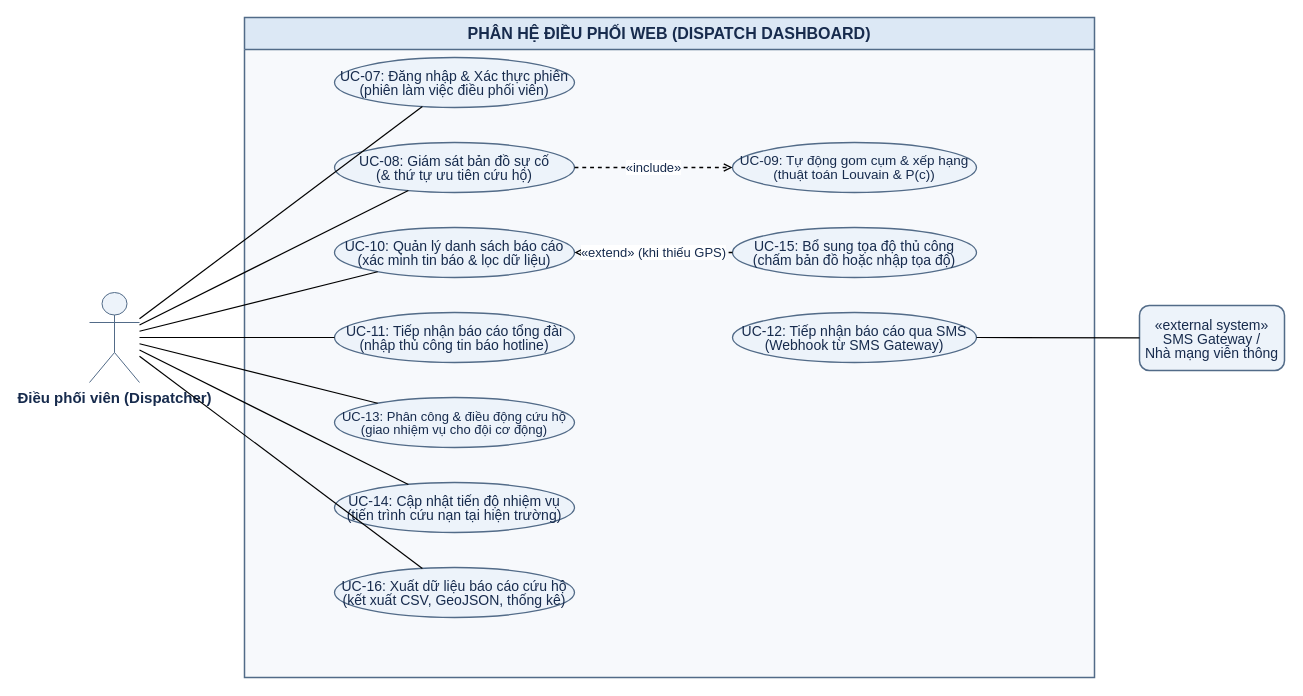
This is report/assets/diagrams/usecase_dashboard.drawio from ngthtrong/nckh2, a draw.io file, before an edit. Source tidied: cells renumbered, new cells numbered last; positions are measured from the earlier drawing's top-left corner, leaving out a move shared by most shapes. Both pictures are drawn from the tidied source at 100%, with x=0, y=0 at pixel (89, 17).
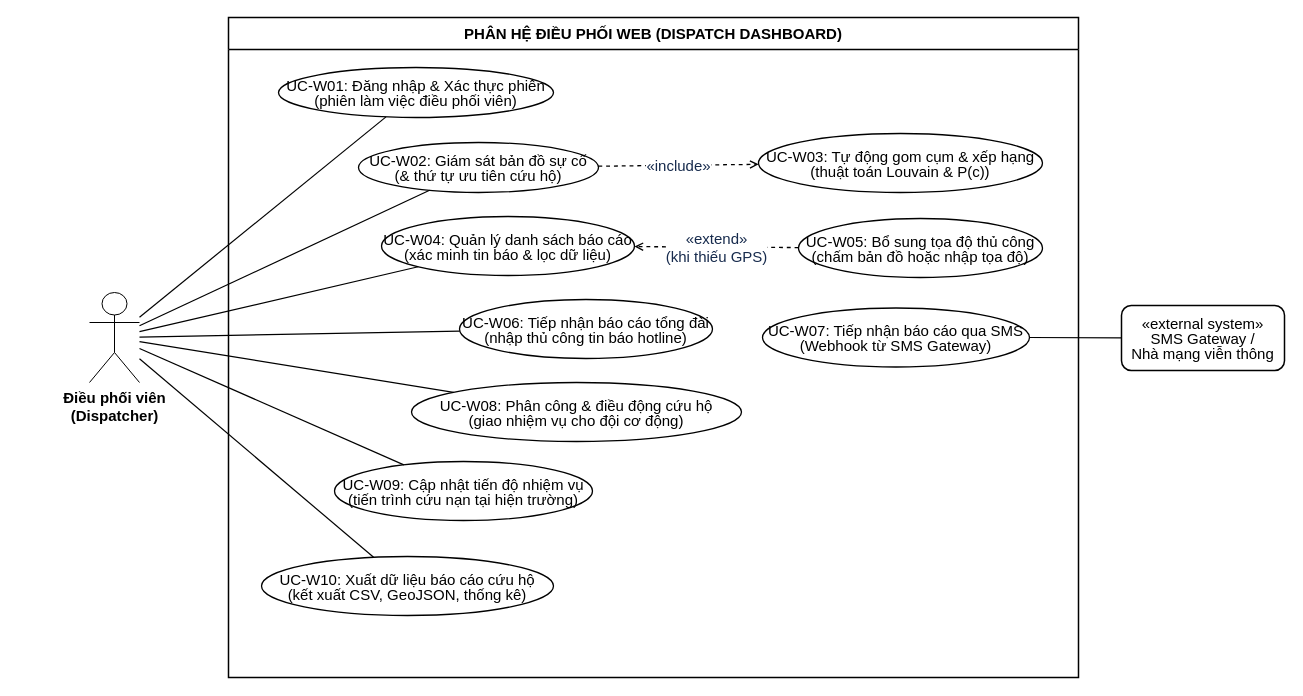
The same page after the edit.

What changed in the source:
```diff
@@
-    <mxCell id="2" value="PHÂN HỆ ĐIỀU PHỐI WEB (DISPATCH DASHBOARD)" style="shape=swimlane;whiteSpace=wrap;html=1;startSize=32;horizontal=1;fillColor=#DCE8F5;strokeColor=#526B88;strokeWidth=1.5;fontStyle=1;fontSize=16;fontFamily=Helvetica;fontColor=#172B4D;swimlaneFillColor=#F7F9FC;" parent="1" vertex="1">
-      <mxGeometry x="155" width="850" height="660" as="geometry" />
+    <mxCell id="2" value="PHÂN HỆ ĐIỀU PHỐI WEB (DISPATCH DASHBOARD)" style="shape=swimlane;whiteSpace=wrap;html=1;startSize=32;horizontal=1;strokeWidth=1.5;fontStyle=1;fontSize=15;fontFamily=Helvetica;swimlaneFillColor=light-dark(#ffffff, #15171a);" parent="1" vertex="1">
+      <mxGeometry x="139" width="850" height="660" as="geometry" />
     </mxCell>
-    <mxCell id="3" value="&lt;div style=&quot;line-height:1;&quot;&gt;UC-07: Đăng nhập &amp; Xác thực phiên&amp;#xa;(phiên làm việc điều phối viên)&lt;/div&gt;" style="ellipse;whiteSpace=wrap;html=1;fillColor=#EDF3FA;strokeColor=#526B88;strokeWidth=1.3;fontFamily=Helvetica;fontSize=14;fontColor=#172B4D;" parent="2" vertex="1">
-      <mxGeometry x="90" y="40" width="240" height="50" as="geometry" />
+    <mxCell id="3" value="&lt;div style=&quot;line-height:1;&quot;&gt;UC-W01: Đăng nhập &amp;amp; Xác thực phiên&lt;br&gt;(phiên làm việc điều phối viên)&lt;/div&gt;" style="ellipse;whiteSpace=wrap;html=1;strokeWidth=1.3;fontFamily=Helvetica;fontSize=15;" parent="2" vertex="1">
+      <mxGeometry x="50" y="50" width="275" height="50" as="geometry" />
     </mxCell>
-    <mxCell id="4" value="&lt;div style=&quot;line-height:1;&quot;&gt;UC-08: Giám sát bản đồ sự cố&amp;#xa;(&amp; thứ tự ưu tiên cứu hộ)&lt;/div&gt;" style="ellipse;whiteSpace=wrap;html=1;fillColor=#EDF3FA;strokeColor=#526B88;strokeWidth=1.3;fontFamily=Helvetica;fontSize=14;fontColor=#172B4D;" parent="2" vertex="1">
-      <mxGeometry x="90" y="125" width="240" height="50" as="geometry" />
+    <mxCell id="4" value="&lt;div style=&quot;line-height:1;&quot;&gt;UC-W02: Giám sát bản đồ sự cố&lt;br&gt;(&amp;amp; thứ tự ưu tiên cứu hộ)&lt;/div&gt;" style="ellipse;whiteSpace=wrap;html=1;strokeWidth=1.3;fontFamily=Helvetica;fontSize=15;" parent="2" vertex="1">
+      <mxGeometry x="130" y="125" width="240" height="50" as="geometry" />
     </mxCell>
-    <mxCell id="5" value="&lt;div style=&quot;line-height:1;&quot;&gt;UC-10: Quản lý danh sách báo cáo&amp;#xa;(xác minh tin báo &amp; lọc dữ liệu)&lt;/div&gt;" style="ellipse;whiteSpace=wrap;html=1;fillColor=#EDF3FA;strokeColor=#526B88;strokeWidth=1.3;fontFamily=Helvetica;fontSize=14;fontColor=#172B4D;" parent="2" vertex="1">
-      <mxGeometry x="90" y="210" width="240" height="50" as="geometry" />
+    <mxCell id="5" value="&lt;div style=&quot;line-height:1;&quot;&gt;UC-W04: Quản lý danh sách báo cáo&lt;br&gt;(xác minh tin báo &amp;amp; lọc dữ liệu)&lt;/div&gt;" style="ellipse;whiteSpace=wrap;html=1;strokeWidth=1.3;fontFamily=Helvetica;fontSize=15;" parent="2" vertex="1">
+      <mxGeometry x="153" y="199" width="253" height="59" as="geometry" />
     </mxCell>
-    <mxCell id="6" value="&lt;div style=&quot;line-height:1;&quot;&gt;UC-11: Tiếp nhận báo cáo tổng đài&amp;#xa;(nhập thủ công tin báo hotline)&lt;/div&gt;" style="ellipse;whiteSpace=wrap;html=1;fillColor=#EDF3FA;strokeColor=#526B88;strokeWidth=1.3;fontFamily=Helvetica;fontSize=14;fontColor=#172B4D;" parent="2" vertex="1">
-      <mxGeometry x="90" y="295" width="240" height="50" as="geometry" />
+    <mxCell id="6" value="&lt;div style=&quot;line-height:1;&quot;&gt;UC-W06: Tiếp nhận báo cáo tổng đài&lt;br&gt;(nhập thủ công tin báo hotline)&lt;/div&gt;" style="ellipse;whiteSpace=wrap;html=1;strokeWidth=1.3;fontFamily=Helvetica;fontSize=15;" parent="2" vertex="1">
+      <mxGeometry x="231" y="282" width="253" height="59" as="geometry" />
     </mxCell>
-    <mxCell id="7" value="&lt;div style=&quot;line-height:1;&quot;&gt;UC-13: Phân công &amp; điều động cứu hộ&amp;#xa;(giao nhiệm vụ cho đội cơ động)&lt;/div&gt;" style="ellipse;whiteSpace=wrap;html=1;fillColor=#EDF3FA;strokeColor=#526B88;strokeWidth=1.3;fontFamily=Helvetica;fontSize=13;fontColor=#172B4D;" parent="2" vertex="1">
-      <mxGeometry x="90" y="380" width="240" height="50" as="geometry" />
+    <mxCell id="7" value="&lt;div style=&quot;line-height:1;&quot;&gt;UC-W08: Phân công &amp;amp; điều động cứu hộ&lt;br&gt;(giao nhiệm vụ cho đội cơ động)&lt;/div&gt;" style="ellipse;whiteSpace=wrap;html=1;strokeWidth=1.3;fontFamily=Helvetica;fontSize=15;" parent="2" vertex="1">
+      <mxGeometry x="183" y="365" width="330" height="59" as="geometry" />
     </mxCell>
-    <mxCell id="8" value="&lt;div style=&quot;line-height:1;&quot;&gt;UC-14: Cập nhật tiến độ nhiệm vụ&amp;#xa;(tiến trình cứu nạn tại hiện trường)&lt;/div&gt;" style="ellipse;whiteSpace=wrap;html=1;fillColor=#EDF3FA;strokeColor=#526B88;strokeWidth=1.3;fontFamily=Helvetica;fontSize=14;fontColor=#172B4D;" parent="2" vertex="1">
-      <mxGeometry x="90" y="465" width="240" height="50" as="geometry" />
+    <mxCell id="8" value="&lt;div style=&quot;line-height:1;&quot;&gt;UC-W09: Cập nhật tiến độ nhiệm vụ&lt;br&gt;(tiến trình cứu nạn tại hiện trường)&lt;/div&gt;" style="ellipse;whiteSpace=wrap;html=1;strokeWidth=1.3;fontFamily=Helvetica;fontSize=15;" parent="2" vertex="1">
+      <mxGeometry x="106" y="444" width="258" height="59" as="geometry" />
     </mxCell>
-    <mxCell id="9" value="&lt;div style=&quot;line-height:1;&quot;&gt;UC-16: Xuất dữ liệu báo cáo cứu hộ&amp;#xa;(kết xuất CSV, GeoJSON, thống kê)&lt;/div&gt;" style="ellipse;whiteSpace=wrap;html=1;fillColor=#EDF3FA;strokeColor=#526B88;strokeWidth=1.3;fontFamily=Helvetica;fontSize=14;fontColor=#172B4D;" parent="2" vertex="1">
-      <mxGeometry x="90" y="550" width="240" height="50" as="geometry" />
+    <mxCell id="9" value="&lt;div style=&quot;line-height:1;&quot;&gt;UC-W10: Xuất dữ liệu báo cáo cứu hộ&lt;br&gt;(kết xuất CSV, GeoJSON, thống kê)&lt;/div&gt;" style="ellipse;whiteSpace=wrap;html=1;strokeWidth=1.3;fontFamily=Helvetica;fontSize=15;" parent="2" vertex="1">
+      <mxGeometry x="33" y="539" width="292" height="59" as="geometry" />
     </mxCell>
-    <mxCell id="10" value="&lt;div style=&quot;line-height:1;&quot;&gt;UC-09: Tự động gom cụm &amp; xếp hạng&amp;#xa;(thuật toán Louvain &amp; P(c))&lt;/div&gt;" style="ellipse;whiteSpace=wrap;html=1;fillColor=#EDF3FA;strokeColor=#526B88;strokeWidth=1.3;fontFamily=Helvetica;fontSize=13.5;fontColor=#172B4D;" parent="2" vertex="1">
-      <mxGeometry x="488" y="125" width="244" height="50" as="geometry" />
+    <mxCell id="10" value="&lt;div style=&quot;line-height:1;&quot;&gt;UC-W03: Tự động gom cụm &amp;amp; xếp hạng&lt;br&gt;(thuật toán Louvain &amp;amp; P(c))&lt;/div&gt;" style="ellipse;whiteSpace=wrap;html=1;strokeWidth=1.3;fontFamily=Helvetica;fontSize=15;" parent="2" vertex="1">
+      <mxGeometry x="530" y="116" width="284" height="59" as="geometry" />
     </mxCell>
-    <mxCell id="11" value="&lt;div style=&quot;line-height:1;&quot;&gt;UC-15: Bổ sung tọa độ thủ công&amp;#xa;(chấm bản đồ hoặc nhập tọa độ)&lt;/div&gt;" style="ellipse;whiteSpace=wrap;html=1;fillColor=#EDF3FA;strokeColor=#526B88;strokeWidth=1.3;fontFamily=Helvetica;fontSize=14;fontColor=#172B4D;" parent="2" vertex="1">
-      <mxGeometry x="488" y="210" width="244" height="50" as="geometry" />
+    <mxCell id="11" value="&lt;div style=&quot;line-height:1;&quot;&gt;UC-W05: Bổ sung tọa độ thủ công&lt;br&gt;(chấm bản đồ hoặc nhập tọa độ)&lt;/div&gt;" style="ellipse;whiteSpace=wrap;html=1;strokeWidth=1.3;fontFamily=Helvetica;fontSize=15;" parent="2" vertex="1">
+      <mxGeometry x="570" y="201" width="244" height="59" as="geometry" />
     </mxCell>
-    <mxCell id="12" value="&lt;div style=&quot;line-height:1;&quot;&gt;UC-12: Tiếp nhận báo cáo qua SMS&amp;#xa;(Webhook từ SMS Gateway)&lt;/div&gt;" style="ellipse;whiteSpace=wrap;html=1;fillColor=#EDF3FA;strokeColor=#526B88;strokeWidth=1.3;fontFamily=Helvetica;fontSize=14;fontColor=#172B4D;" parent="2" vertex="1">
-      <mxGeometry x="488" y="295" width="244" height="50" as="geometry" />
+    <mxCell id="12" value="&lt;div style=&quot;line-height:1;&quot;&gt;UC-W07: Tiếp nhận báo cáo qua SMS&lt;br&gt;(Webhook từ SMS Gateway)&lt;/div&gt;" style="ellipse;whiteSpace=wrap;html=1;strokeWidth=1.3;fontFamily=Helvetica;fontSize=15;" parent="2" vertex="1">
+      <mxGeometry x="534" y="290.5" width="267" height="59" as="geometry" />
     </mxCell>
-    <mxCell id="13" value="Điều phối viên&amp;#xa;(Dispatcher)" style="shape=umlActor;verticalLabelPosition=bottom;verticalAlign=top;html=1;outlineConnect=0;fontFamily=Helvetica;fontSize=15;fontStyle=1;fillColor=#EDF3FA;strokeColor=#526B88;fontColor=#172B4D;" parent="1" vertex="1">
+    <mxCell id="13" value="Điều phối viên&#10;(Dispatcher)" style="shape=umlActor;verticalLabelPosition=bottom;verticalAlign=top;html=1;outlineConnect=0;fontFamily=Helvetica;fontSize=15;fontStyle=1;" parent="1" vertex="1">
       <mxGeometry y="275" width="50" height="90" as="geometry" />
     </mxCell>
-    <mxCell id="14" value="&lt;div style=&quot;line-height:1;&quot;&gt;«external system»&amp;#xa;SMS Gateway /&amp;#xa;Nhà mạng viễn thông&lt;/div&gt;" style="rounded=1;whiteSpace=wrap;html=1;fillColor=#EDF3FA;strokeColor=#526B88;strokeWidth=1.5;fontFamily=Helvetica;fontSize=14;fontColor=#172B4D;align=center;" parent="1" vertex="1">
-      <mxGeometry x="1050" y="288" width="145" height="65" as="geometry" />
+    <mxCell id="14" value="&lt;div style=&quot;line-height:1;&quot;&gt;«external system»&#10;SMS Gateway /&#10;Nhà mạng viễn thông&lt;/div&gt;" style="rounded=1;whiteSpace=wrap;html=1;strokeWidth=1.5;fontFamily=Helvetica;fontSize=15;align=center;" parent="1" vertex="1">
+      <mxGeometry x="1032" y="288" width="163" height="65" as="geometry" />
     </mxCell>
-    <mxCell id="15" style="endArrow=none;html=1;strokeColor=#000000;strokeWidth=1.2;" parent="1" edge="1" source="13" target="3">
+    <mxCell id="15" style="endArrow=none;html=1;strokeWidth=1.2;fontSize=15;" parent="1" edge="1" source="13" target="3">
       <mxGeometry relative="1" as="geometry" />
     </mxCell>
-    <mxCell id="16" style="endArrow=none;html=1;strokeColor=#000000;strokeWidth=1.2;" parent="1" edge="1" source="13" target="4">
+    <mxCell id="16" style="endArrow=none;html=1;strokeWidth=1.2;fontSize=15;" parent="1" edge="1" source="13" target="4">
       <mxGeometry relative="1" as="geometry" />
     </mxCell>
-    <mxCell id="17" style="endArrow=none;html=1;strokeColor=#000000;strokeWidth=1.2;" parent="1" edge="1" source="13" target="5">
+    <mxCell id="17" style="endArrow=none;html=1;strokeWidth=1.2;fontSize=15;" parent="1" edge="1" source="13" target="5">
       <mxGeometry relative="1" as="geometry" />
     </mxCell>
-    <mxCell id="18" style="endArrow=none;html=1;strokeColor=#000000;strokeWidth=1.2;" parent="1" edge="1" source="13" target="6">
+    <mxCell id="18" style="endArrow=none;html=1;strokeWidth=1.2;fontSize=15;" parent="1" edge="1" source="13" target="6">
       <mxGeometry relative="1" as="geometry" />
     </mxCell>
-    <mxCell id="19" style="endArrow=none;html=1;strokeColor=#000000;strokeWidth=1.2;" parent="1" edge="1" source="13" target="7">
+    <mxCell id="19" style="endArrow=none;html=1;strokeWidth=1.2;fontSize=15;" parent="1" edge="1" source="13" target="7">
       <mxGeometry relative="1" as="geometry" />
     </mxCell>
-    <mxCell id="20" style="endArrow=none;html=1;strokeColor=#000000;strokeWidth=1.2;" parent="1" edge="1" source="13" target="8">
+    <mxCell id="20" style="endArrow=none;html=1;strokeWidth=1.2;fontSize=15;" parent="1" edge="1" source="13" target="8">
       <mxGeometry relative="1" as="geometry" />
     </mxCell>
-    <mxCell id="21" style="endArrow=none;html=1;strokeColor=#000000;strokeWidth=1.2;" parent="1" edge="1" source="13" target="9">
+    <mxCell id="21" style="endArrow=none;html=1;strokeWidth=1.2;fontSize=15;" parent="1" edge="1" source="13" target="9">
       <mxGeometry relative="1" as="geometry" />
     </mxCell>
-    <mxCell id="22" style="endArrow=none;html=1;strokeColor=#000000;strokeWidth=1.2;" parent="1" edge="1" source="12" target="14">
+    <mxCell id="22" style="endArrow=none;html=1;strokeWidth=1.2;fontSize=15;" parent="1" edge="1" source="12" target="14">
       <mxGeometry relative="1" as="geometry" />
     </mxCell>
-    <mxCell id="23" value="&amp;laquo;include&amp;raquo;" style="endArrow=open;dashed=1;html=1;strokeColor=#000000;strokeWidth=1.3;fontSize=13;fontColor=#172B4D;labelBackgroundColor=#FFFFFF;" parent="1" edge="1" source="4" target="10">
+    <mxCell id="23" value="«include»" style="endArrow=open;dashed=1;html=1;strokeWidth=1.3;fontSize=15;fontColor=#172B4D;labelBackgroundColor=#FFFFFF;" parent="1" edge="1" source="4" target="10">
       <mxGeometry relative="1" as="geometry" />
     </mxCell>
-    <mxCell id="24" value="&amp;laquo;extend&amp;raquo;&amp;#xa;(khi thiếu GPS)" style="endArrow=open;dashed=1;html=1;strokeColor=#000000;strokeWidth=1.3;fontSize=13;fontColor=#172B4D;labelBackgroundColor=#FFFFFF;" parent="1" edge="1" source="11" target="5">
+    <mxCell id="24" value="«extend»&#10;(khi thiếu GPS)" style="endArrow=open;dashed=1;html=1;strokeWidth=1.3;fontSize=15;fontColor=#172B4D;labelBackgroundColor=#FFFFFF;" parent="1" edge="1" source="11" target="5">
       <mxGeometry relative="1" as="geometry" />
     </mxCell>
```
